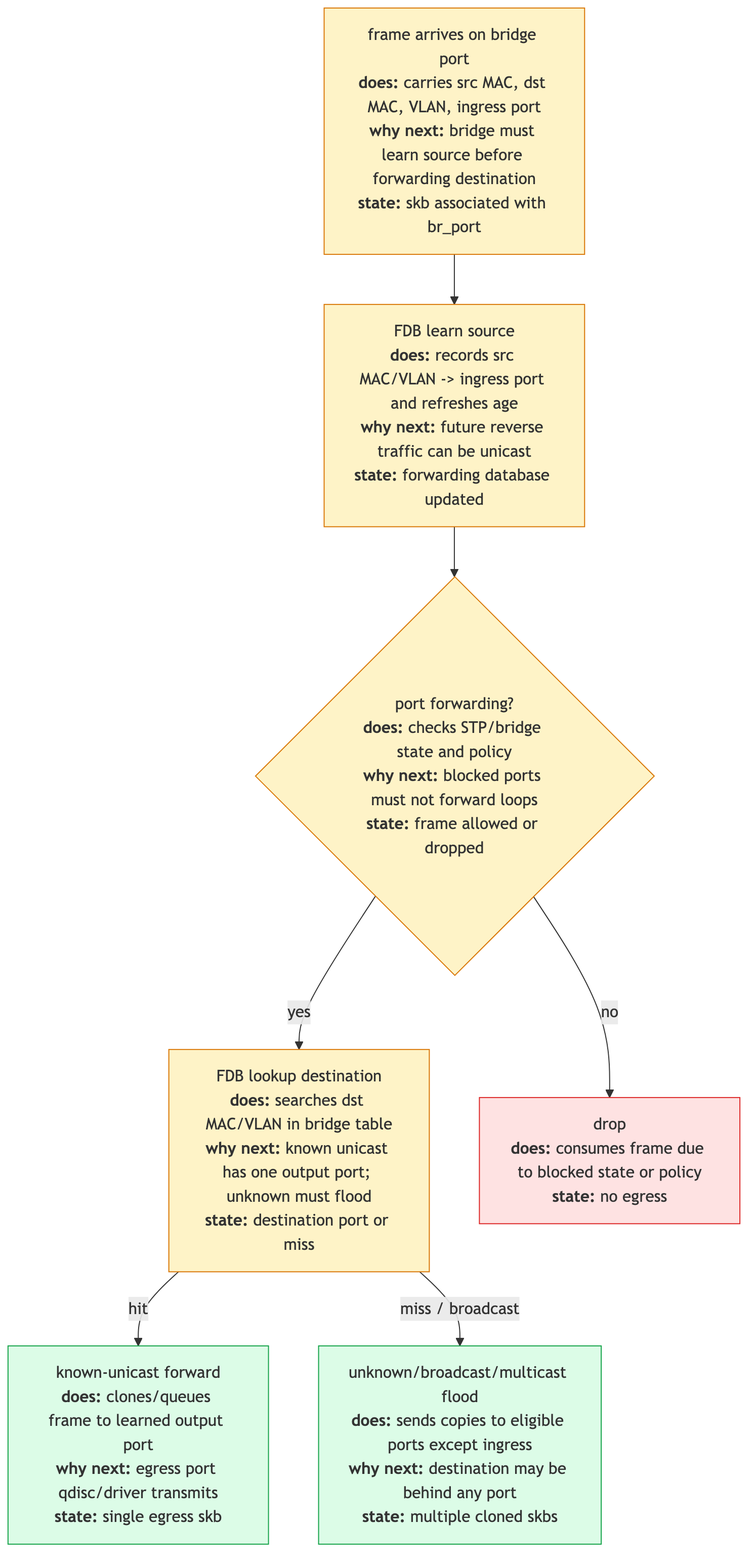
This is linux-net/src/diagrams/day11_bridge.png from biefy/books, a Mermaid export, as it was before one commit. Its source is kept beside it as linux-net/src/diagrams/src/day11_bridge.mmd. Source of this version:
```mermaid
flowchart TD
    In["frame arrives on bridge port<br/><b>does:</b> carries src MAC, dst MAC, VLAN, ingress port<br/><b>why next:</b> bridge must learn source before forwarding destination<br/><b>state:</b> skb associated with br_port"]
    Learn["FDB learn source<br/><b>does:</b> records src MAC/VLAN -> ingress port and refreshes age<br/><b>why next:</b> future reverse traffic can be unicast<br/><b>state:</b> forwarding database updated"]
    STP{"port forwarding?<br/><b>does:</b> checks STP/bridge state and policy<br/><b>why next:</b> blocked ports must not forward loops<br/><b>state:</b> frame allowed or dropped"}
    Lookup["FDB lookup destination<br/><b>does:</b> searches dst MAC/VLAN in bridge table<br/><b>why next:</b> known unicast has one output port; unknown must flood<br/><b>state:</b> destination port or miss"]
    Forward["known-unicast forward<br/><b>does:</b> clones/queues frame to learned output port<br/><b>why next:</b> egress port qdisc/driver transmits<br/><b>state:</b> single egress skb"]
    Flood["unknown/broadcast/multicast flood<br/><b>does:</b> sends copies to eligible ports except ingress<br/><b>why next:</b> destination may be behind any port<br/><b>state:</b> multiple cloned skbs"]
    Drop["drop<br/><b>does:</b> consumes frame due to blocked state or policy<br/><b>state:</b> no egress"]

    In --> Learn --> STP
    STP -->|yes| Lookup
    STP -->|no| Drop
    Lookup -->|hit| Forward
    Lookup -->|miss / broadcast| Flood

    classDef br fill:#fef3c7,stroke:#d97706
    classDef ok fill:#dcfce7,stroke:#16a34a
    classDef bad fill:#fee2e2,stroke:#dc2626
    class In,Learn,Lookup,STP br
    class Forward,Flood ok
    class Drop bad
```
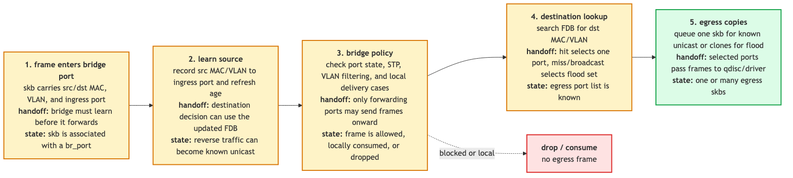
After the commit.

Change to the diagram source:
```diff
@@ -1,21 +1,22 @@
-flowchart TD
-    In["frame arrives on bridge port<br/><b>does:</b> carries src MAC, dst MAC, VLAN, ingress port<br/><b>why next:</b> bridge must learn source before forwarding destination<br/><b>state:</b> skb associated with br_port"]
-    Learn["FDB learn source<br/><b>does:</b> records src MAC/VLAN -> ingress port and refreshes age<br/><b>why next:</b> future reverse traffic can be unicast<br/><b>state:</b> forwarding database updated"]
-    STP{"port forwarding?<br/><b>does:</b> checks STP/bridge state and policy<br/><b>why next:</b> blocked ports must not forward loops<br/><b>state:</b> frame allowed or dropped"}
-    Lookup["FDB lookup destination<br/><b>does:</b> searches dst MAC/VLAN in bridge table<br/><b>why next:</b> known unicast has one output port; unknown must flood<br/><b>state:</b> destination port or miss"]
-    Forward["known-unicast forward<br/><b>does:</b> clones/queues frame to learned output port<br/><b>why next:</b> egress port qdisc/driver transmits<br/><b>state:</b> single egress skb"]
-    Flood["unknown/broadcast/multicast flood<br/><b>does:</b> sends copies to eligible ports except ingress<br/><b>why next:</b> destination may be behind any port<br/><b>state:</b> multiple cloned skbs"]
-    Drop["drop<br/><b>does:</b> consumes frame due to blocked state or policy<br/><b>state:</b> no egress"]
+flowchart LR
+    In["<b>1. frame enters bridge port</b><br/>skb carries src/dst MAC, VLAN, and ingress port<br/><b>handoff:</b> bridge must learn before it forwards<br/><b>state:</b> skb is associated with a br_port"]
 
-    In --> Learn --> STP
-    STP -->|yes| Lookup
-    STP -->|no| Drop
-    Lookup -->|hit| Forward
-    Lookup -->|miss / broadcast| Flood
+    Learn["<b>2. learn source</b><br/>record src MAC/VLAN to ingress port and refresh age<br/><b>handoff:</b> destination decision can use the updated FDB<br/><b>state:</b> reverse traffic can become known unicast"]
 
-    classDef br fill:#fef3c7,stroke:#d97706
-    classDef ok fill:#dcfce7,stroke:#16a34a
-    classDef bad fill:#fee2e2,stroke:#dc2626
-    class In,Learn,Lookup,STP br
-    class Forward,Flood ok
+    Policy["<b>3. bridge policy</b><br/>check port state, STP, VLAN filtering, and local delivery cases<br/><b>handoff:</b> only forwarding ports may send frames onward<br/><b>state:</b> frame is allowed, locally consumed, or dropped"]
+
+    Lookup["<b>4. destination lookup</b><br/>search FDB for dst MAC/VLAN<br/><b>handoff:</b> hit selects one port, miss/broadcast selects flood set<br/><b>state:</b> egress port list is known"]
+
+    Egress["<b>5. egress copies</b><br/>queue one skb for known unicast or clones for flood<br/><b>handoff:</b> selected ports pass frames to qdisc/driver<br/><b>state:</b> one or many egress skbs"]
+
+    Drop["<b>drop / consume</b><br/>no egress frame"]
+
+    In --> Learn --> Policy --> Lookup --> Egress
+    Policy -. blocked or local .-> Drop
+
+    classDef br fill:#fef3c7,stroke:#d97706,stroke-width:2px
+    classDef ok fill:#dcfce7,stroke:#16a34a,stroke-width:2px
+    classDef bad fill:#fee2e2,stroke:#dc2626,stroke-width:2px
+    class In,Learn,Policy,Lookup br
+    class Egress ok
     class Drop bad
```
